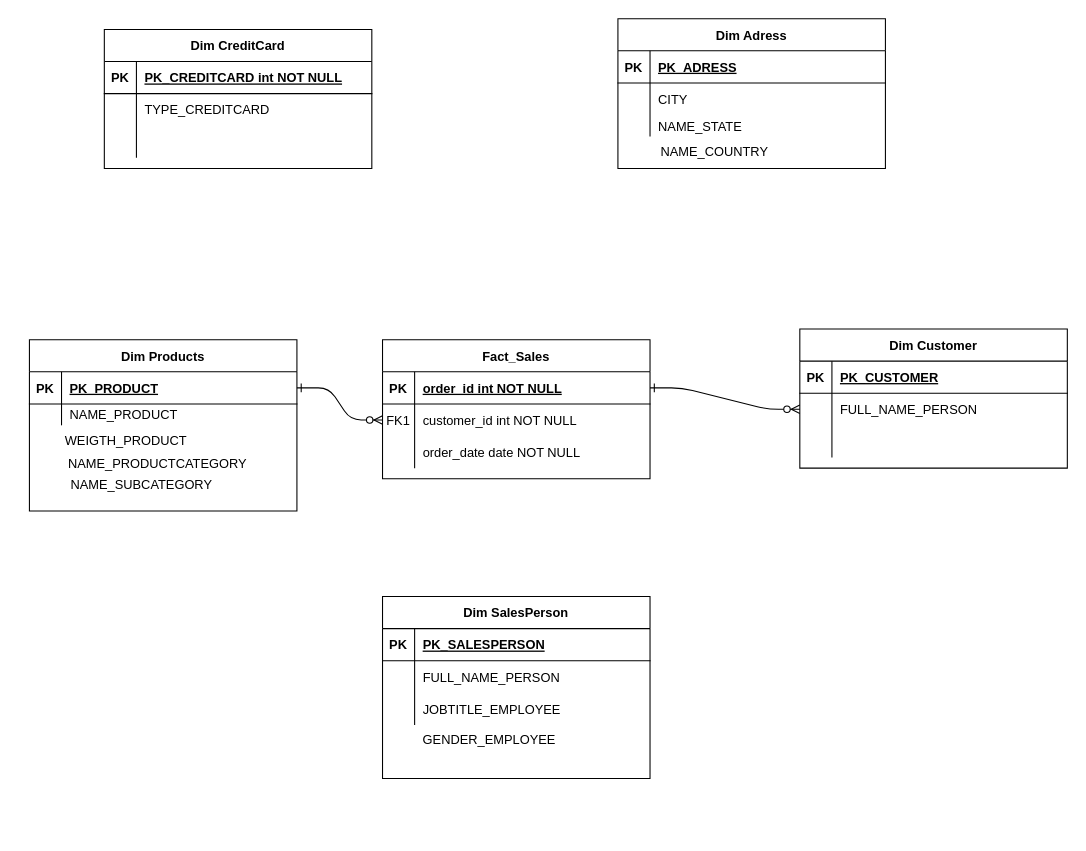
This is Diagrama sem nome.drawio from LNavarroo/adventure-works, a draw.io file, before an edit. Source tidied: cells renumbered, new cells numbered last; positions are measured from the earlier drawing's top-left corner, leaving out a move shared by most shapes. Both pictures are drawn from the tidied source at 107%, with x=0, y=0 at pixel (29, 18).
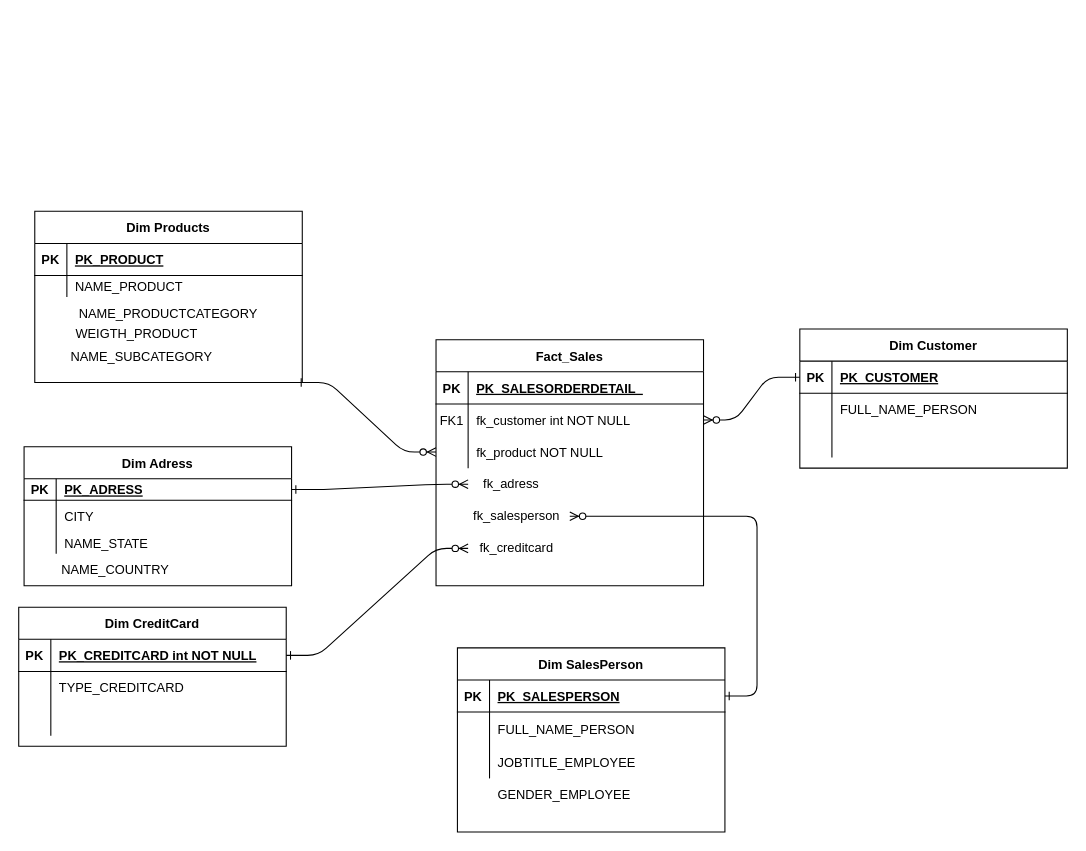
After the change.

The change refers to these unchanged cells:
```xml
<mxCell id="5" style="shape=partialRectangle;fillColor=none;points=[[0,0.5],[1,0.5]];portConstraint=eastwest;top=0;left=0;right=0;bottom=1;" parent="4" vertex="1">
  <mxGeometry y="30" width="250" height="30" as="geometry" />
</mxCell>
<mxCell id="8" style="shape=partialRectangle;fillColor=none;points=[[0,0.5],[1,0.5]];portConstraint=eastwest;top=0;left=0;right=0;bottom=0;" parent="4" vertex="1">
  <mxGeometry y="60" width="250" height="30" as="geometry" />
</mxCell>
<mxCell id="11" style="shape=partialRectangle;fillColor=none;points=[[0,0.5],[1,0.5]];portConstraint=eastwest;top=0;left=0;right=0;bottom=0;" parent="4" vertex="1">
  <mxGeometry y="90" width="250" height="30" as="geometry" />
</mxCell>
<mxCell id="15" style="shape=partialRectangle;fillColor=none;points=[[0,0.5],[1,0.5]];portConstraint=eastwest;top=0;left=0;right=0;bottom=1;" parent="14" vertex="1">
  <mxGeometry y="30" width="250" height="30" as="geometry" />
</mxCell>
<mxCell id="18" style="shape=partialRectangle;fillColor=none;points=[[0,0.5],[1,0.5]];portConstraint=eastwest;top=0;left=0;right=0;bottom=0;" parent="14" vertex="1">
  <mxGeometry y="60" width="250" height="30" as="geometry" />
</mxCell>
<mxCell id="25" style="shape=partialRectangle;fillColor=none;points=[[0,0.5],[1,0.5]];portConstraint=eastwest;top=0;left=0;right=0;bottom=1;" parent="24" vertex="1">
  <mxGeometry y="30" width="250" height="30" as="geometry" />
</mxCell>
<mxCell id="32" style="shape=partialRectangle;fillColor=none;points=[[0,0.5],[1,0.5]];portConstraint=eastwest;top=0;left=0;right=0;bottom=1;" parent="31" vertex="1">
  <mxGeometry y="30" width="250" height="30" as="geometry" />
</mxCell>
<mxCell id="42" style="shape=partialRectangle;fillColor=none;points=[[0,0.5],[1,0.5]];portConstraint=eastwest;top=0;left=0;right=0;bottom=1;" parent="41" vertex="1">
  <mxGeometry y="30" width="250" height="30" as="geometry" />
</mxCell>
```

Diff of the diagram source:
```diff
@@
-    <mxCell id="2" style="edgeStyle=entityRelationEdgeStyle;endArrow=ERzeroToMany;startArrow=ERone;endFill=1;startFill=0;" parent="1" edge="1" source="25" target="8">
-      <mxGeometry relative="1" as="geometry" />
+    <mxCell id="2" style="edgeStyle=entityRelationEdgeStyle;endArrow=ERzeroToMany;startArrow=ERone;endFill=1;startFill=0;" parent="1" edge="1" target="11">
+      <mxGeometry relative="1" as="geometry">
+        <mxPoint x="250" y="340" as="sourcePoint" />
+      </mxGeometry>
     </mxCell>
-    <mxCell id="3" style="edgeStyle=entityRelationEdgeStyle;endArrow=ERzeroToMany;startArrow=ERone;endFill=1;startFill=0;" parent="1" edge="1" source="5" target="18">
-      <mxGeometry relative="1" as="geometry" />
-    </mxCell>
     <mxCell id="4" value="Fact_Sales" style="shape=table;startSize=30;childLayout=tableLayout;rowLines=0;fontStyle=1;align=center;" parent="1" vertex="1">
-      <mxGeometry x="330" y="300" width="250" height="130" as="geometry" />
+      <mxGeometry x="380" y="300" width="250" height="230" as="geometry" />
     </mxCell>
@@
-    <mxCell id="7" value="order_id int NOT NULL " style="shape=partialRectangle;overflow=hidden;fillColor=none;top=0;left=0;bottom=0;right=0;align=left;spacingLeft=6;fontStyle=5;" parent="5" vertex="1">
+    <mxCell id="7" value="PK_SALESORDERDETAIL  " style="shape=partialRectangle;overflow=hidden;fillColor=none;top=0;left=0;bottom=0;right=0;align=left;spacingLeft=6;fontStyle=5;" parent="5" vertex="1">
       <mxGeometry x="30" width="220" height="30" as="geometry" />
     </mxCell>
@@
-    <mxCell id="10" value="customer_id int NOT NULL" style="shape=partialRectangle;overflow=hidden;fillColor=none;top=0;left=0;bottom=0;right=0;align=left;spacingLeft=6;" parent="8" vertex="1">
+    <mxCell id="10" value="fk_customer int NOT NULL" style="shape=partialRectangle;overflow=hidden;fillColor=none;top=0;left=0;bottom=0;right=0;align=left;spacingLeft=6;" parent="8" vertex="1">
       <mxGeometry x="30" width="220" height="30" as="geometry" />
     </mxCell>
@@
-    <mxCell id="13" value="order_date date NOT NULL" style="shape=partialRectangle;overflow=hidden;fillColor=none;top=0;left=0;bottom=0;right=0;align=left;spacingLeft=6;" parent="11" vertex="1">
+    <mxCell id="13" value="fk_product NOT NULL" style="shape=partialRectangle;overflow=hidden;fillColor=none;top=0;left=0;bottom=0;right=0;align=left;spacingLeft=6;" parent="11" vertex="1">
       <mxGeometry x="30" width="220" height="30" as="geometry" />
     </mxCell>
@@
     <mxCell id="24" value="Dim Products" style="shape=table;startSize=30;childLayout=tableLayout;rowLines=0;fontStyle=1;align=center;" parent="1" vertex="1">
-      <mxGeometry y="300" width="250" height="160" as="geometry" />
+      <mxGeometry x="5" y="180" width="250" height="160" as="geometry" />
     </mxCell>
@@
     <mxCell id="31" value="Dim SalesPerson" style="shape=table;startSize=30;childLayout=tableLayout;rowLines=0;fontStyle=1;align=center;" parent="1" vertex="1">
-      <mxGeometry x="330" y="540" width="250" height="170" as="geometry" />
+      <mxGeometry x="400" y="588" width="250" height="172" as="geometry" />
     </mxCell>
@@
     <mxCell id="35" style="shape=partialRectangle;fillColor=none;top=0;left=0;right=0;bottom=0;" parent="31" vertex="1">
-      <mxGeometry y="60" width="250" height="30" as="geometry" />
+      <mxGeometry y="60" width="250" height="32" as="geometry" />
     </mxCell>
     <mxCell id="36" style="shape=partialRectangle;overflow=hidden;fillColor=none;top=0;left=0;bottom=0;right=0;" parent="35" vertex="1">
-      <mxGeometry width="30" height="30" as="geometry" />
+      <mxGeometry width="30" height="32" as="geometry" />
     </mxCell>
     <mxCell id="37" value="FULL_NAME_PERSON" style="shape=partialRectangle;overflow=hidden;fillColor=none;top=0;left=0;bottom=0;right=0;align=left;spacingLeft=6;" parent="35" vertex="1">
-      <mxGeometry x="30" width="220" height="30" as="geometry" />
+      <mxGeometry x="30" width="220" height="32" as="geometry" />
     </mxCell>
     <mxCell id="38" style="shape=partialRectangle;fillColor=none;top=0;left=0;right=0;bottom=0;" parent="31" vertex="1">
-      <mxGeometry y="90" width="250" height="30" as="geometry" />
+      <mxGeometry y="92" width="250" height="30" as="geometry" />
     </mxCell>
@@
     <mxCell id="41" value="Dim CreditCard" style="shape=table;startSize=30;childLayout=tableLayout;rowLines=0;fontStyle=1;align=center;" parent="1" vertex="1">
-      <mxGeometry x="70" y="10" width="250" height="130" as="geometry" />
+      <mxGeometry x="-10" y="550" width="250" height="130" as="geometry" />
     </mxCell>
@@
     <mxCell id="51" value="Dim Adress" style="shape=table;startSize=30;childLayout=tableLayout;rowLines=0;fontStyle=1;align=center;" parent="1" vertex="1">
-      <mxGeometry x="550" width="250" height="140" as="geometry" />
+      <mxGeometry x="-5" y="400" width="250" height="130" as="geometry" />
     </mxCell>
     <mxCell id="52" style="shape=partialRectangle;fillColor=none;points=[[0,0.5],[1,0.5]];portConstraint=eastwest;top=0;left=0;right=0;bottom=1;" parent="51" vertex="1">
-      <mxGeometry y="30" width="250" height="30" as="geometry" />
+      <mxGeometry y="30" width="250" height="20" as="geometry" />
     </mxCell>
     <mxCell id="53" value="PK" style="shape=partialRectangle;overflow=hidden;fillColor=none;top=0;left=0;bottom=0;right=0;fontStyle=1;" parent="52" vertex="1">
-      <mxGeometry width="30" height="30" as="geometry" />
+      <mxGeometry width="30" height="20" as="geometry" />
     </mxCell>
     <mxCell id="54" value="PK_ADRESS" style="shape=partialRectangle;overflow=hidden;fillColor=none;top=0;left=0;bottom=0;right=0;align=left;spacingLeft=6;fontStyle=5;" parent="52" vertex="1">
-      <mxGeometry x="30" width="220" height="30" as="geometry" />
+      <mxGeometry x="30" width="220" height="20" as="geometry" />
     </mxCell>
     <mxCell id="55" style="shape=partialRectangle;fillColor=none;top=0;left=0;right=0;bottom=0;" parent="51" vertex="1">
-      <mxGeometry y="60" width="250" height="30" as="geometry" />
+      <mxGeometry y="50" width="250" height="30" as="geometry" />
     </mxCell>
@@
     <mxCell id="58" style="shape=partialRectangle;fillColor=none;top=0;left=0;right=0;bottom=0;" parent="51" vertex="1">
-      <mxGeometry y="90" width="250" height="20" as="geometry" />
+      <mxGeometry y="80" width="250" height="20" as="geometry" />
     </mxCell>
@@
     <mxCell id="61" value="NAME_COUNTRY" style="text;html=1;align=center;verticalAlign=middle;strokeColor=none;fillColor=none;" parent="1" vertex="1">
-      <mxGeometry x="580" y="110" width="120" height="30" as="geometry" />
+      <mxGeometry x="20" y="500" width="120" height="30" as="geometry" />
     </mxCell>
     <mxCell id="62" value="WEIGTH_PRODUCT" style="text;html=1;align=center;verticalAlign=middle;strokeColor=none;fillColor=none;" parent="1" vertex="1">
-      <mxGeometry x="20" y="380" width="140" height="30" as="geometry" />
+      <mxGeometry x="30" y="280" width="140" height="30" as="geometry" />
     </mxCell>
     <mxCell id="63" value="NAME_PRODUCTCATEGORY" style="text;align=center;verticalAlign=middle;strokeColor=none;fillColor=none;" parent="1" vertex="1">
-      <mxGeometry x="30" y="400" width="180" height="30" as="geometry" />
+      <mxGeometry x="40" y="260" width="180" height="30" as="geometry" />
     </mxCell>
     <mxCell id="64" value="NAME_SUBCATEGORY" style="text;align=center;verticalAlign=middle;strokeColor=none;fillColor=none;fontFamily=Helvetica;fontSize=12;fontColor=default;" parent="1" vertex="1">
-      <mxGeometry x="30" y="420" width="150" height="30" as="geometry" />
+      <mxGeometry x="30" y="300" width="150" height="30" as="geometry" />
     </mxCell>
     <mxCell id="65" value="GENDER_EMPLOYEE" style="text;align=center;verticalAlign=middle;strokeColor=none;fillColor=none;fontFamily=Helvetica;fontSize=12;fontColor=default;" parent="1" vertex="1">
-      <mxGeometry x="360" y="658" width="140" height="30" as="geometry" />
+      <mxGeometry x="430" y="710" width="140" height="30" as="geometry" />
     </mxCell>
+    <mxCell id="66" value="fk_creditcard" style="text;html=1;align=center;verticalAlign=middle;points=[];strokeColor=none;fillColor=none;fontFamily=Helvetica;fontSize=12;fontColor=default;" parent="1" vertex="1">
+      <mxGeometry x="410" y="480" width="90" height="30" as="geometry" />
+    </mxCell>
+    <mxCell id="67" value="fk_adress" style="text;html=1;align=center;verticalAlign=middle;points=[];strokeColor=none;fillColor=none;fontFamily=Helvetica;fontSize=12;fontColor=default;" parent="1" vertex="1">
+      <mxGeometry x="410" y="420" width="80" height="30" as="geometry" />
+    </mxCell>
+    <mxCell id="68" value="fk_salesperson" style="text;html=1;align=center;verticalAlign=middle;points=[];strokeColor=none;fillColor=none;fontFamily=Helvetica;fontSize=12;fontColor=default;" parent="1" vertex="1">
+      <mxGeometry x="405" y="450" width="100" height="30" as="geometry" />
+    </mxCell>
+    <mxCell id="69" style="edgeStyle=entityRelationEdgeStyle;endArrow=ERzeroToMany;startArrow=ERone;endFill=1;startFill=0;" parent="1" edge="1" source="42" target="66">
+      <mxGeometry relative="1" as="geometry" />
+    </mxCell>
+    <mxCell id="70" style="edgeStyle=entityRelationEdgeStyle;endArrow=ERzeroToMany;startArrow=ERone;endFill=1;startFill=0;" parent="1" edge="1" source="32" target="68">
+      <mxGeometry relative="1" as="geometry" />
+    </mxCell>
+    <mxCell id="71" style="edgeStyle=entityRelationEdgeStyle;endArrow=ERzeroToMany;startArrow=ERone;endFill=1;startFill=0;" parent="1" edge="1" source="15" target="8">
+      <mxGeometry relative="1" as="geometry" />
+    </mxCell>
+    <mxCell id="72" style="edgeStyle=entityRelationEdgeStyle;endArrow=ERzeroToMany;startArrow=ERone;endFill=1;startFill=0;" parent="1" edge="1" source="52" target="67">
+      <mxGeometry relative="1" as="geometry" />
+    </mxCell>
```
